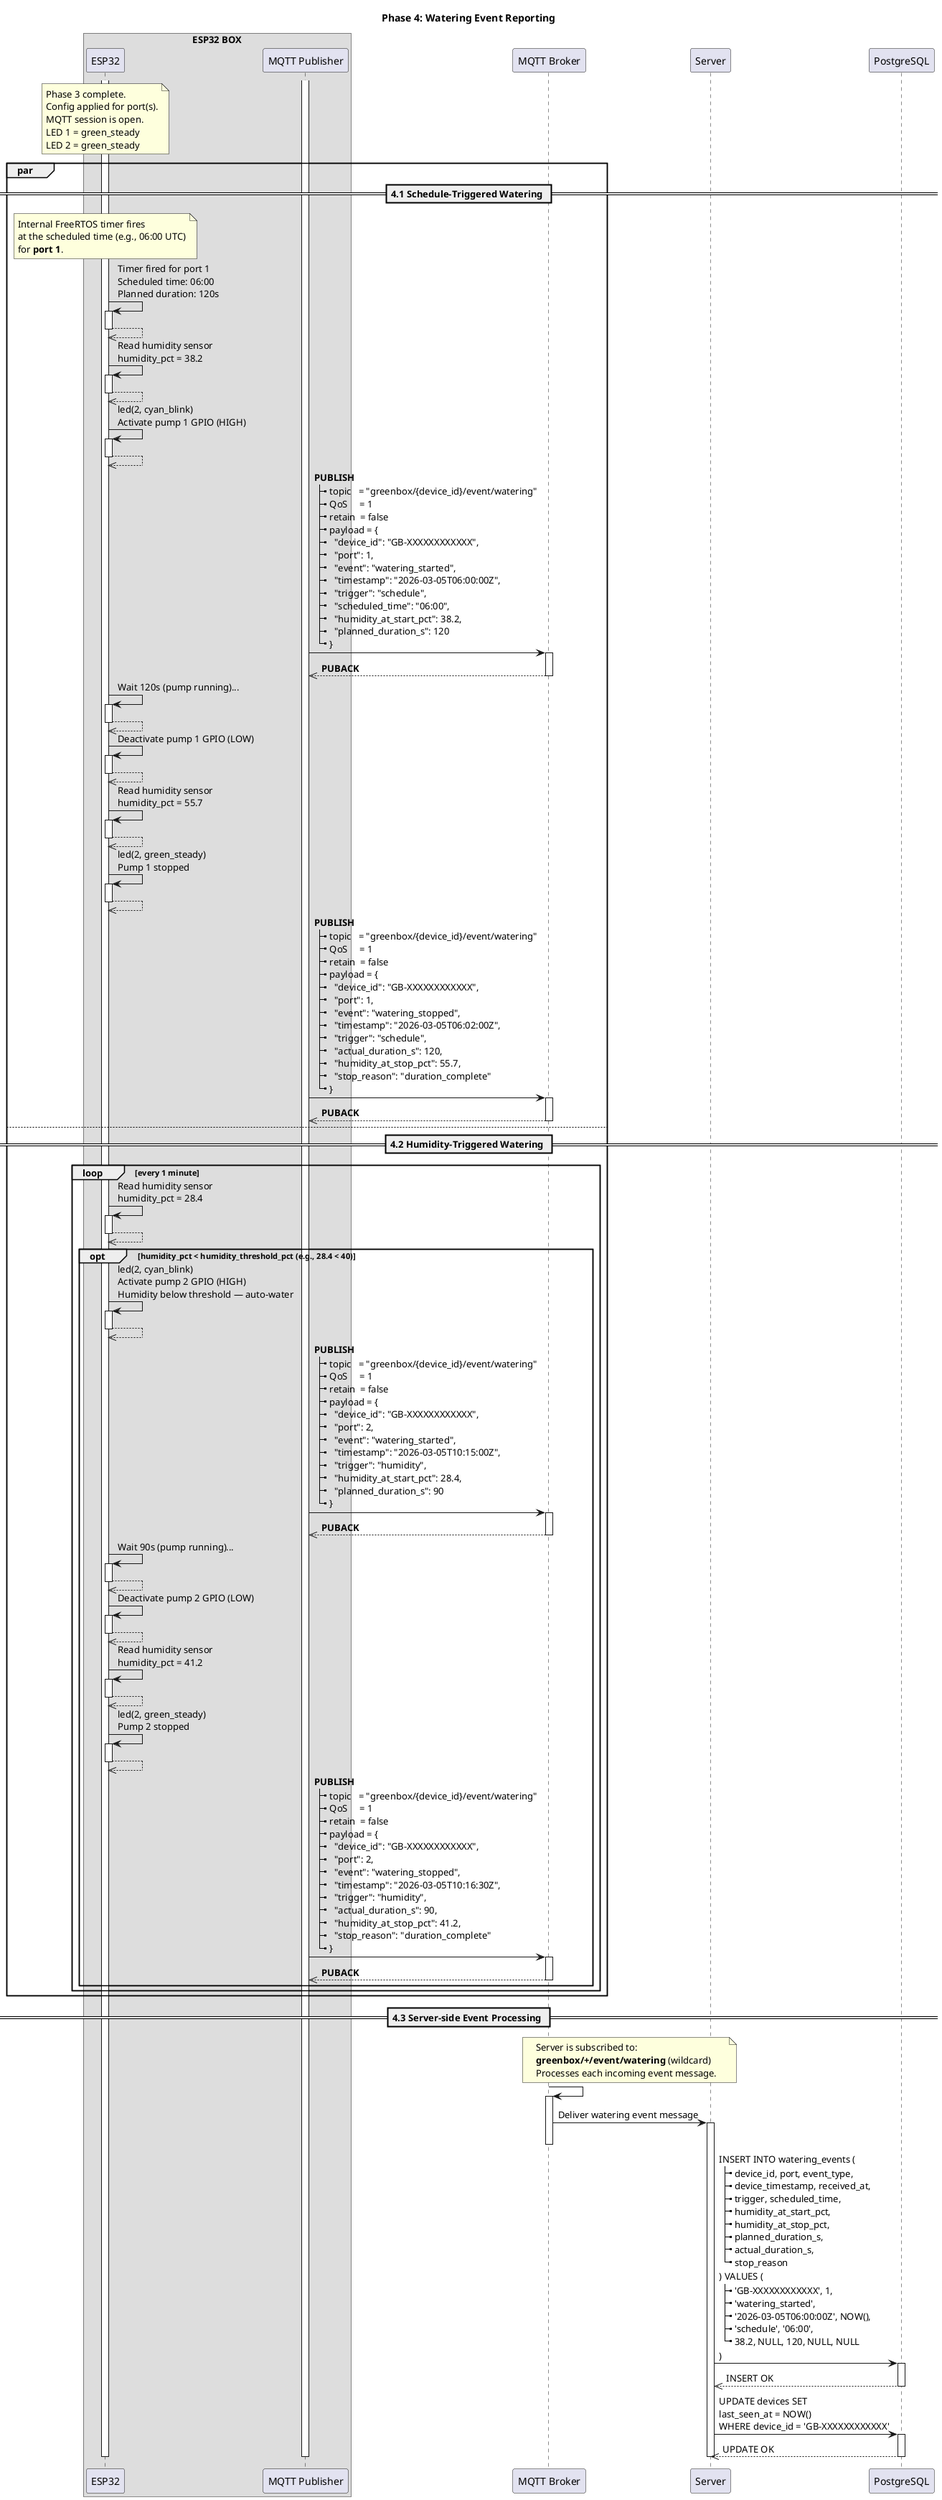
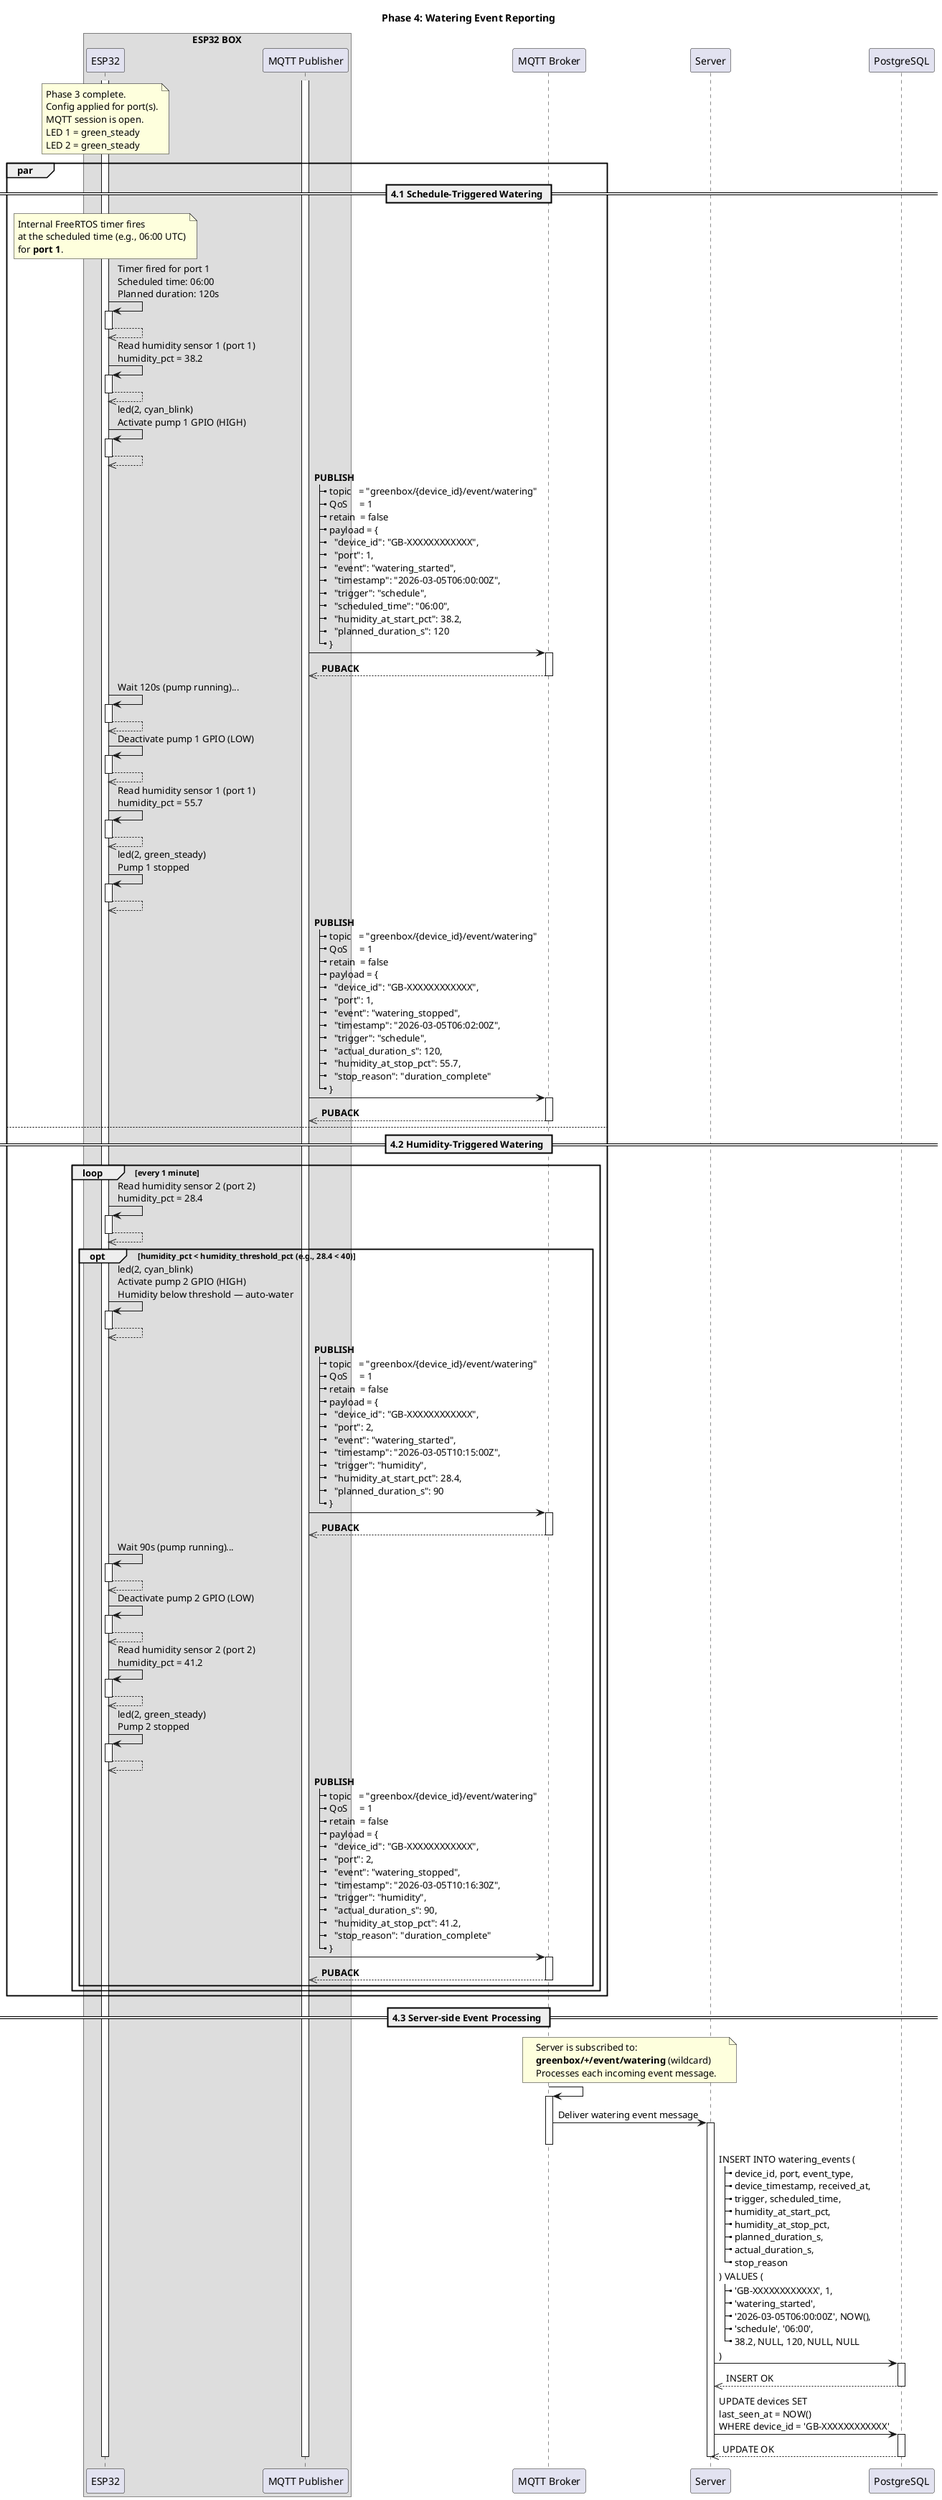
@startuml

title Phase 4: Watering Event Reporting

box "ESP32 BOX"
participant ESP32
participant "MQTT Publisher" as MQTTPUB
end box

participant "MQTT Broker" as MQTTBROKER
participant Server
participant "PostgreSQL" as DB

note over ESP32
  Phase 3 complete.
  Config applied for port(s).
  MQTT session is open.
  LED 1 = green_steady
  LED 2 = green_steady
end note

activate ESP32
activate MQTTPUB

par
  == 4.1 Schedule-Triggered Watering ==

  note over ESP32
    Internal FreeRTOS timer fires
    at the scheduled time (e.g., 06:00 UTC)
    for **port 1**.
  end note

  ESP32 -> ESP32 ++: Timer fired for port 1\nScheduled time: 06:00\nPlanned duration: 120s
  ESP32 -->> ESP32 --

-   ESP32 -> ESP32 ++: Read humidity sensor\nhumidity_pct = 38.2
+   ESP32 -> ESP32 ++: Read humidity sensor 1 (port 1)\nhumidity_pct = 38.2
  ESP32 -->> ESP32 --

  ESP32 -> ESP32 ++: led(2, cyan_blink)\nActivate pump 1 GPIO (HIGH)
  ESP32 -->> ESP32 --

  MQTTPUB -> MQTTBROKER ++: **PUBLISH**\n\
|_ topic   = "greenbox/{device_id}/event/watering"\n\
|_ QoS     = 1\n\
|_ retain  = false\n\
|_ payload = {\n\
|_   "device_id": "GB-XXXXXXXXXXXX",\n\
|_   "port": 1,\n\
|_   "event": "watering_started",\n\
|_   "timestamp": "2026-03-05T06:00:00Z",\n\
|_   "trigger": "schedule",\n\
|_   "scheduled_time": "06:00",\n\
|_   "humidity_at_start_pct": 38.2,\n\
|_   "planned_duration_s": 120\n\
|_ }

  MQTTBROKER -->> MQTTPUB --: **PUBACK**

  ESP32 -> ESP32 ++: Wait 120s (pump running)...
  ESP32 -->> ESP32 --

  ESP32 -> ESP32 ++: Deactivate pump 1 GPIO (LOW)
  ESP32 -->> ESP32 --

-   ESP32 -> ESP32 ++: Read humidity sensor\nhumidity_pct = 55.7
+   ESP32 -> ESP32 ++: Read humidity sensor 1 (port 1)\nhumidity_pct = 55.7
  ESP32 -->> ESP32 --

  ESP32 -> ESP32 ++: led(2, green_steady)\nPump 1 stopped
  ESP32 -->> ESP32 --

  MQTTPUB -> MQTTBROKER ++: **PUBLISH**\n\
|_ topic   = "greenbox/{device_id}/event/watering"\n\
|_ QoS     = 1\n\
|_ retain  = false\n\
|_ payload = {\n\
|_   "device_id": "GB-XXXXXXXXXXXX",\n\
|_   "port": 1,\n\
|_   "event": "watering_stopped",\n\
|_   "timestamp": "2026-03-05T06:02:00Z",\n\
|_   "trigger": "schedule",\n\
|_   "actual_duration_s": 120,\n\
|_   "humidity_at_stop_pct": 55.7,\n\
|_   "stop_reason": "duration_complete"\n\
|_ }

  MQTTBROKER -->> MQTTPUB --: **PUBACK**

else
  == 4.2 Humidity-Triggered Watering ==

  loop every 1 minute
-     ESP32 -> ESP32 ++: Read humidity sensor\nhumidity_pct = 28.4
+     ESP32 -> ESP32 ++: Read humidity sensor 2 (port 2)\nhumidity_pct = 28.4
    ESP32 -->> ESP32 --

    opt humidity_pct < humidity_threshold_pct (e.g., 28.4 < 40)
      ESP32 -> ESP32 ++: led(2, cyan_blink)\nActivate pump 2 GPIO (HIGH)\nHumidity below threshold — auto-water
      ESP32 -->> ESP32 --

      MQTTPUB -> MQTTBROKER ++: **PUBLISH**\n\
|_ topic   = "greenbox/{device_id}/event/watering"\n\
|_ QoS     = 1\n\
|_ retain  = false\n\
|_ payload = {\n\
|_   "device_id": "GB-XXXXXXXXXXXX",\n\
|_   "port": 2,\n\
|_   "event": "watering_started",\n\
|_   "timestamp": "2026-03-05T10:15:00Z",\n\
|_   "trigger": "humidity",\n\
|_   "humidity_at_start_pct": 28.4,\n\
|_   "planned_duration_s": 90\n\
|_ }

      MQTTBROKER -->> MQTTPUB --: **PUBACK**

      ESP32 -> ESP32 ++: Wait 90s (pump running)...
      ESP32 -->> ESP32 --

      ESP32 -> ESP32 ++: Deactivate pump 2 GPIO (LOW)
      ESP32 -->> ESP32 --

-       ESP32 -> ESP32 ++: Read humidity sensor\nhumidity_pct = 41.2
+       ESP32 -> ESP32 ++: Read humidity sensor 2 (port 2)\nhumidity_pct = 41.2
      ESP32 -->> ESP32 --

      ESP32 -> ESP32 ++: led(2, green_steady)\nPump 2 stopped
      ESP32 -->> ESP32 --

      MQTTPUB -> MQTTBROKER ++: **PUBLISH**\n\
|_ topic   = "greenbox/{device_id}/event/watering"\n\
|_ QoS     = 1\n\
|_ retain  = false\n\
|_ payload = {\n\
|_   "device_id": "GB-XXXXXXXXXXXX",\n\
|_   "port": 2,\n\
|_   "event": "watering_stopped",\n\
|_   "timestamp": "2026-03-05T10:16:30Z",\n\
|_   "trigger": "humidity",\n\
|_   "actual_duration_s": 90,\n\
|_   "humidity_at_stop_pct": 41.2,\n\
|_   "stop_reason": "duration_complete"\n\
|_ }

      MQTTBROKER -->> MQTTPUB --: **PUBACK**
    end
  end
end

== 4.3 Server-side Event Processing ==

note over MQTTBROKER, Server
  Server is subscribed to:
  **greenbox/+/event/watering** (wildcard)
  Processes each incoming event message.
end note

MQTTBROKER -> MQTTBROKER ++
MQTTBROKER -> Server ++: Deliver watering event message
deactivate MQTTBROKER

Server -> DB ++: INSERT INTO watering_events (\n\
|_ device_id, port, event_type,\n\
|_ device_timestamp, received_at,\n\
|_ trigger, scheduled_time,\n\
|_ humidity_at_start_pct,\n\
|_ humidity_at_stop_pct,\n\
|_ planned_duration_s,\n\
|_ actual_duration_s,\n\
|_ stop_reason\n\
) VALUES (\n\
|_ 'GB-XXXXXXXXXXXX', 1,\n\
|_ 'watering_started',\n\
|_ '2026-03-05T06:00:00Z', NOW(),\n\
|_ 'schedule', '06:00',\n\
|_ 38.2, NULL, 120, NULL, NULL\n\
)
DB -->> Server --: INSERT OK

Server -> DB ++: UPDATE devices SET\nlast_seen_at = NOW()\nWHERE device_id = 'GB-XXXXXXXXXXXX'
DB -->> Server --: UPDATE OK

deactivate Server

deactivate MQTTPUB
deactivate ESP32

@enduml
